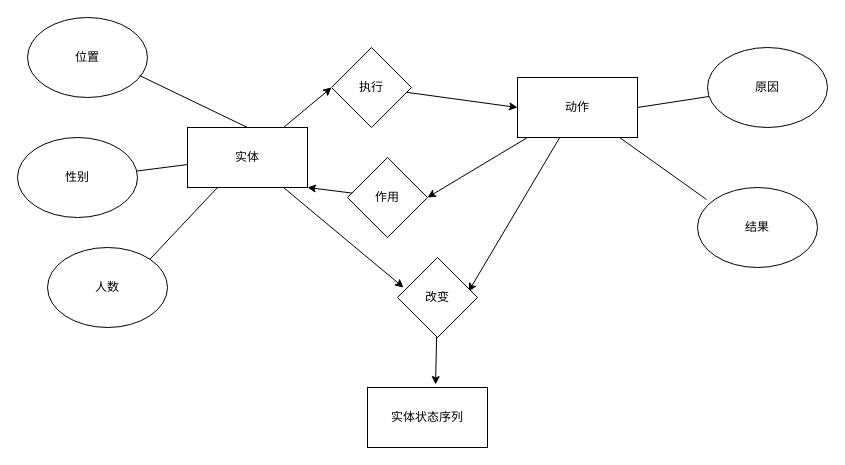
Before: docs/files/er.drawio in AgenticFinLab/FinMycelium, a draw.io diagram. Source tidied: cells renumbered, new cells numbered last; positions are measured from the earlier drawing's top-left corner, leaving out a move shared by most shapes. Both pictures are drawn from the tidied source at 100%, with x=0, y=0 at pixel (17, 17).
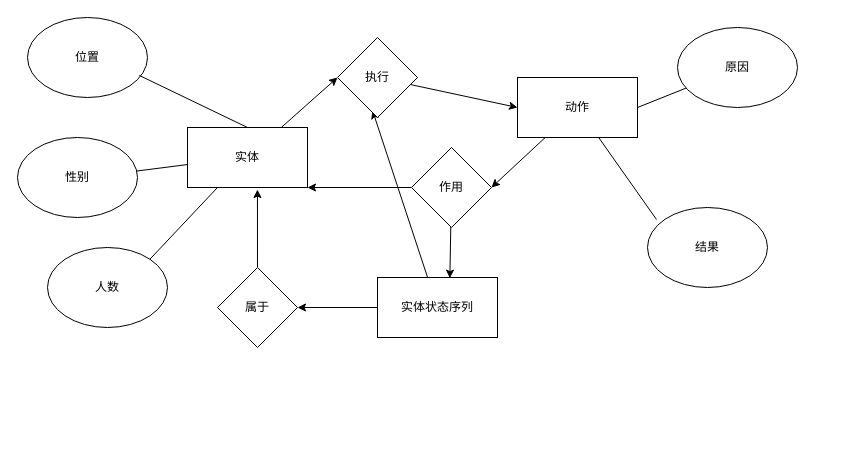
Above is the later version.

Commit message (it also covers changes not shown here):
feat: introduce Action class to represent discrete actions and their impacts on participants

Unchanged cells that the change refers to:
```xml
<mxCell id="4" value="实体" style="rounded=0;whiteSpace=wrap;html=1;" parent="1" vertex="1">
  <mxGeometry x="170" y="110" width="120" height="60" as="geometry" />
</mxCell>
<mxCell id="7" value="动作" style="rounded=0;whiteSpace=wrap;html=1;" parent="1" vertex="1">
  <mxGeometry x="500" y="60" width="120" height="60" as="geometry" />
</mxCell>
```

The edit, as a diff of the source:
```diff
@@
-    <mxCell id="3" style="edgeStyle=none;html=1;entryX=0.075;entryY=0.375;entryDx=0;entryDy=0;entryPerimeter=0;" parent="1" edge="1" source="4" target="20">
-      <mxGeometry relative="1" as="geometry" />
-    </mxCell>
@@
-    <mxCell id="6" style="edgeStyle=none;html=1;entryX=0.888;entryY=0.425;entryDx=0;entryDy=0;entryPerimeter=0;" parent="1" edge="1" source="7" target="20">
-      <mxGeometry relative="1" as="geometry" />
-    </mxCell>
@@
+    <mxCell id="25" style="edgeStyle=none;html=1;entryX=0.438;entryY=0.913;entryDx=0;entryDy=0;entryPerimeter=0;" parent="1" edge="1" source="8" target="16">
+      <mxGeometry relative="1" as="geometry" />
+    </mxCell>
+    <mxCell id="26" style="edgeStyle=none;html=1;entryX=1;entryY=0.5;entryDx=0;entryDy=0;" parent="1" edge="1" source="8" target="29">
+      <mxGeometry relative="1" as="geometry" />
+    </mxCell>
     <mxCell id="8" value="实体状态序列" style="rounded=0;whiteSpace=wrap;html=1;" parent="1" vertex="1">
-      <mxGeometry x="350" y="370" width="120" height="60" as="geometry" />
+      <mxGeometry x="360" y="260" width="120" height="60" as="geometry" />
     </mxCell>
@@
     <mxCell id="16" value="执行" style="rhombus;whiteSpace=wrap;html=1;" parent="1" vertex="1">
-      <mxGeometry x="314" y="30" width="80" height="80" as="geometry" />
+      <mxGeometry x="320" y="20" width="80" height="80" as="geometry" />
     </mxCell>
@@
+    <mxCell id="27" style="edgeStyle=none;html=1;entryX=0.603;entryY=0.011;entryDx=0;entryDy=0;entryPerimeter=0;" parent="1" edge="1" source="18" target="8">
+      <mxGeometry relative="1" as="geometry" />
+    </mxCell>
     <mxCell id="18" value="作用" style="rhombus;whiteSpace=wrap;html=1;" parent="1" vertex="1">
-      <mxGeometry x="330" y="140" width="80" height="80" as="geometry" />
+      <mxGeometry x="394" y="130" width="80" height="80" as="geometry" />
     </mxCell>
-    <mxCell id="19" style="edgeStyle=none;html=1;entryX=0.567;entryY=-0.05;entryDx=0;entryDy=0;entryPerimeter=0;" parent="1" edge="1" source="20" target="8">
-      <mxGeometry relative="1" as="geometry" />
-    </mxCell>
-    <mxCell id="20" value="改变" style="rhombus;whiteSpace=wrap;html=1;" parent="1" vertex="1">
-      <mxGeometry x="380" y="240" width="80" height="80" as="geometry" />
-    </mxCell>
     <mxCell id="21" value="原因" style="ellipse;whiteSpace=wrap;html=1;" parent="1" vertex="1">
-      <mxGeometry x="690" y="30" width="120" height="80" as="geometry" />
+      <mxGeometry x="660" y="10" width="120" height="80" as="geometry" />
     </mxCell>
@@
     <mxCell id="23" value="结果" style="ellipse;whiteSpace=wrap;html=1;" parent="1" vertex="1">
-      <mxGeometry x="680" y="170" width="120" height="80" as="geometry" />
+      <mxGeometry x="630" y="190" width="120" height="80" as="geometry" />
     </mxCell>
@@
+    <mxCell id="28" style="edgeStyle=none;html=1;entryX=0.583;entryY=1.034;entryDx=0;entryDy=0;entryPerimeter=0;" parent="1" edge="1" source="29" target="4">
+      <mxGeometry relative="1" as="geometry" />
+    </mxCell>
+    <mxCell id="29" value="属于" style="rhombus;whiteSpace=wrap;html=1;" parent="1" vertex="1">
+      <mxGeometry x="200" y="250" width="80" height="80" as="geometry" />
+    </mxCell>
```
